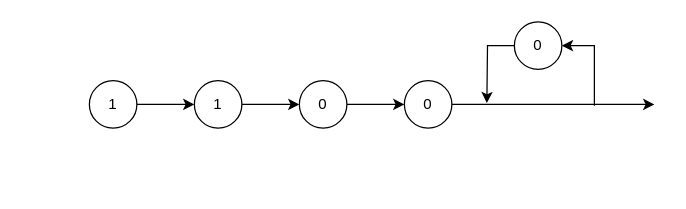
Above: Leistungsnachweise.drawio in JoernWVSG/diagram (draw.io), before the change. Source tidied: cells renumbered, new cells numbered last; positions are measured from the earlier drawing's top-left corner, leaving out a move shared by most shapes. Both pictures are drawn from the tidied source at 125%, with x=0, y=0 at pixel (89, 21).
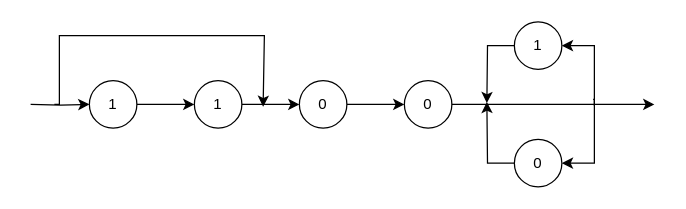
The same diagram, later.

Unchanged cells that the change refers to:
```xml
<mxCell id="3" value="1" style="ellipse;whiteSpace=wrap;html=1;" parent="1" vertex="1">
  <mxGeometry y="47" width="38" height="38" as="geometry" />
</mxCell>
```

What changed in the source:
```diff
@@
+    <mxCell id="13" style="edgeStyle=orthogonalEdgeStyle;rounded=0;orthogonalLoop=1;jettySize=auto;html=1;" parent="1" edge="1">
+      <mxGeometry relative="1" as="geometry">
+        <mxPoint x="-28" y="66" as="sourcePoint" />
+        <mxPoint x="139" y="68" as="targetPoint" />
+        <Array as="points">
+          <mxPoint x="-24" y="66" />
+          <mxPoint x="-24" y="11" />
+          <mxPoint x="140" y="11" />
+        </Array>
+      </mxGeometry>
+    </mxCell>
@@
-    <mxCell id="10" value="0" style="ellipse;whiteSpace=wrap;html=1;" parent="1" vertex="1">
+    <mxCell id="10" value="1" style="ellipse;whiteSpace=wrap;html=1;" parent="1" vertex="1">
       <mxGeometry x="340" width="38" height="38" as="geometry" />
     </mxCell>
@@
+    <mxCell id="14" style="edgeStyle=orthogonalEdgeStyle;rounded=0;jettySize=auto;html=1;" parent="1" edge="1" source="15">
+      <mxGeometry relative="1" as="geometry">
+        <mxPoint x="318" y="64" as="targetPoint" />
+      </mxGeometry>
+    </mxCell>
+    <mxCell id="15" value="0" style="ellipse;whiteSpace=wrap;html=1;" parent="1" vertex="1">
+      <mxGeometry x="340" y="94" width="38" height="38" as="geometry" />
+    </mxCell>
+    <mxCell id="16" style="edgeStyle=orthogonalEdgeStyle;rounded=0;jettySize=auto;html=1;entryX=1;entryY=0.5;entryDx=0;entryDy=0;" parent="1" edge="1" target="15">
+      <mxGeometry relative="1" as="geometry">
+        <mxPoint x="403" y="62" as="sourcePoint" />
+        <Array as="points">
+          <mxPoint x="404" y="62" />
+          <mxPoint x="404" y="113" />
+        </Array>
+      </mxGeometry>
+    </mxCell>
+    <mxCell id="17" style="edgeStyle=orthogonalEdgeStyle;rounded=0;jettySize=auto;html=1;entryX=0;entryY=0.5;entryDx=0;entryDy=0;" parent="1" edge="1" target="3">
+      <mxGeometry relative="1" as="geometry">
+        <mxPoint x="-47" y="66" as="sourcePoint" />
+      </mxGeometry>
+    </mxCell>
```
